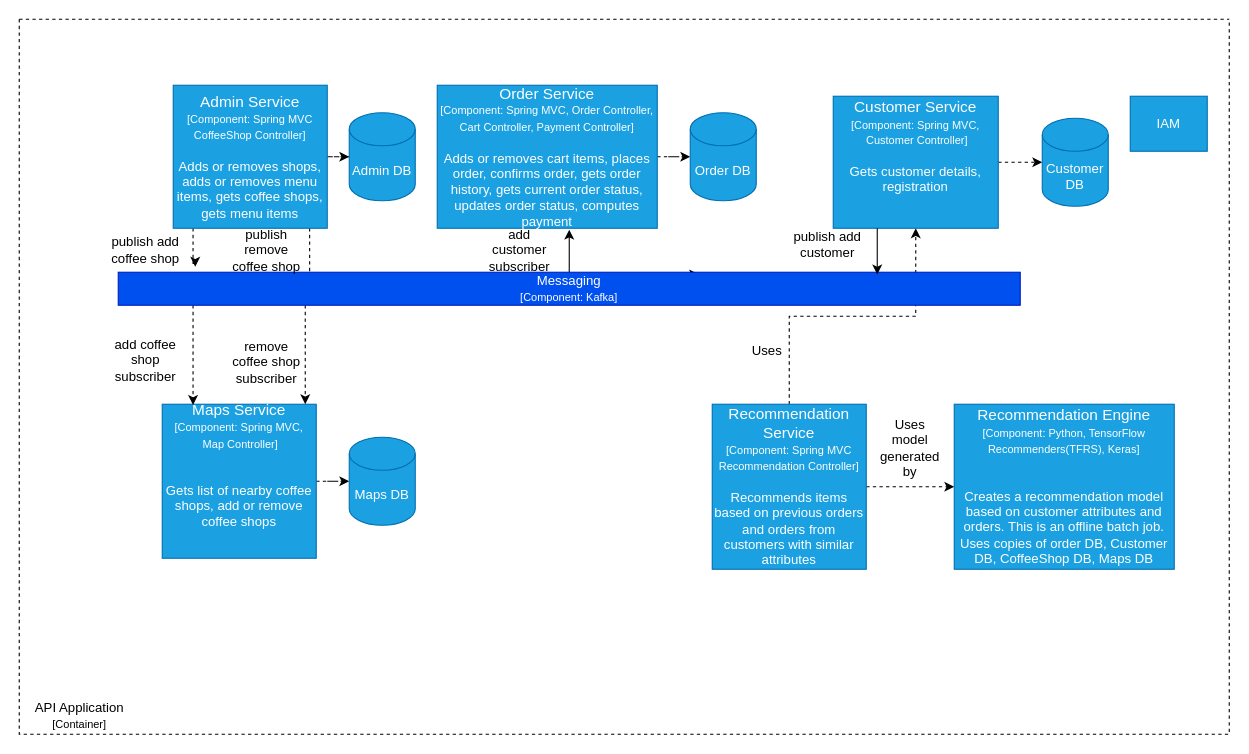
Before: API Application - Component Diagram.drawio in dinesh-i/uber-coffee-shops, a draw.io diagram. Source tidied: cells renumbered, new cells numbered last; positions are measured from the earlier drawing's top-left corner, leaving out a move shared by most shapes. Both pictures are drawn from the tidied source at 110%, with x=0, y=0 at pixel (19, 19).
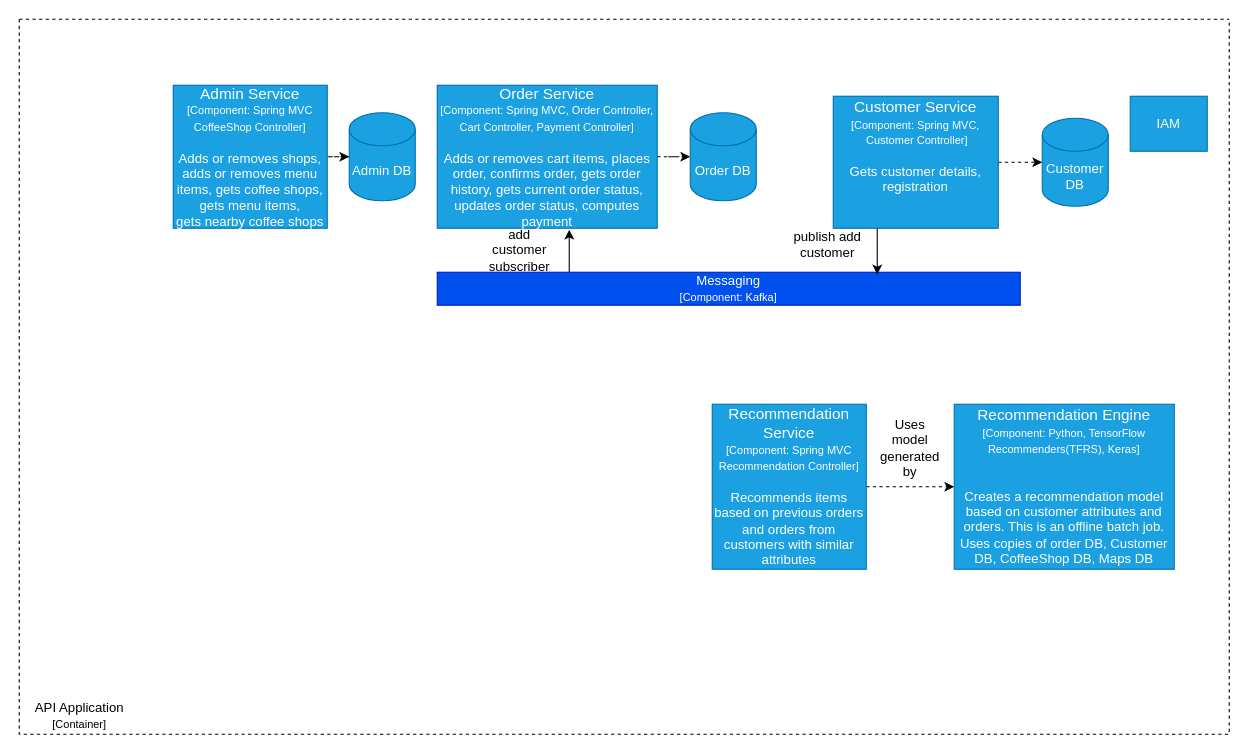
Above is the later version.

Unchanged cells that the change refers to:
```xml
<mxCell id="2" style="swimlane;startSize=0;dashed=1;" parent="1" vertex="1">
  <mxGeometry width="1100" height="650" as="geometry" />
</mxCell>
<mxCell id="9" value="&lt;font&gt;&lt;font style=&quot;font-size: 14px&quot;&gt;Order Service&lt;/font&gt;&lt;br&gt;&lt;/font&gt;&lt;font style=&quot;font-size: 10px&quot;&gt;[Component: Spring MVC, Order Controller, &lt;br&gt;Cart Controller, Payment Controller]&lt;br&gt;&lt;/font&gt;&lt;font style=&quot;font-size: 12px&quot;&gt;&lt;br&gt;Adds or removes cart items, places order, confirms order, gets order history, gets current order status, updates order status, computes payment&lt;/font&gt;" style="rounded=0;whiteSpace=wrap;html=1;fillColor=#1ba1e2;strokeColor=#006EAF;fontColor=#ffffff;" parent="2" vertex="1">
  <mxGeometry x="380" y="60" width="200" height="130" as="geometry" />
</mxCell>
<mxCell id="14" value="&lt;font&gt;&lt;font style=&quot;font-size: 14px&quot;&gt;Recommendation Service&lt;/font&gt;&lt;br&gt;&lt;/font&gt;&lt;font style=&quot;font-size: 10px&quot;&gt;[Component: Spring MVC Recommendation Controller]&lt;br&gt;&lt;/font&gt;&lt;font style=&quot;font-size: 12px&quot;&gt;&lt;br&gt;Recommends items based on previous orders and orders from customers with similar attributes&lt;/font&gt;" style="rounded=0;whiteSpace=wrap;html=1;fillColor=#1ba1e2;strokeColor=#006EAF;fontColor=#ffffff;" parent="2" vertex="1">
  <mxGeometry x="630" y="350" width="140" height="150" as="geometry" />
</mxCell>
<mxCell id="17" value="&lt;font&gt;&lt;font style=&quot;font-size: 14px&quot;&gt;Customer Service&lt;/font&gt;&lt;br&gt;&lt;/font&gt;&lt;font style=&quot;font-size: 10px&quot;&gt;[Component: Spring MVC,&lt;br&gt;&amp;nbsp;Customer Controller]&lt;br&gt;&lt;/font&gt;&lt;font style=&quot;font-size: 12px&quot;&gt;&lt;br&gt;Gets customer details, registration&lt;br&gt;&lt;br&gt;&lt;br&gt;&lt;/font&gt;" style="rounded=0;whiteSpace=wrap;html=1;fillColor=#1ba1e2;strokeColor=#006EAF;fontColor=#ffffff;" parent="2" vertex="1">
  <mxGeometry x="740" y="70" width="150" height="120" as="geometry" />
</mxCell>
```

Diff of the diagram source:
```diff
@@
-    <mxCell id="4" style="edgeStyle=orthogonalEdgeStyle;rounded=0;jettySize=auto;html=1;dashed=1;" parent="2" edge="1" source="7">
-      <mxGeometry relative="1" as="geometry">
-        <mxPoint x="160" y="225" as="targetPoint" />
-        <Array as="points">
-          <mxPoint x="158" y="222" />
-          <mxPoint x="160" y="222" />
-        </Array>
-      </mxGeometry>
-    </mxCell>
-    <mxCell id="5" style="edgeStyle=orthogonalEdgeStyle;rounded=0;jettySize=auto;html=1;entryX=0.644;entryY=0.067;entryDx=0;entryDy=0;entryPerimeter=0;dashed=1;" parent="2" edge="1" source="7" target="23">
-      <mxGeometry relative="1" as="geometry">
-        <Array as="points">
-          <mxPoint x="264" y="200" />
-          <mxPoint x="264" y="200" />
-        </Array>
-      </mxGeometry>
-    </mxCell>
@@
-    <mxCell id="7" value="&lt;font&gt;&lt;font style=&quot;font-size: 14px&quot;&gt;Admin Service&lt;/font&gt;&lt;br&gt;&lt;/font&gt;&lt;font style=&quot;font-size: 10px&quot;&gt;[Component: Spring MVC CoffeeShop Controller]&lt;br&gt;&lt;/font&gt;&lt;font style=&quot;font-size: 12px&quot;&gt;&lt;br&gt;Adds or removes shops, adds or removes menu items, gets coffee shops, gets menu items&lt;/font&gt;" style="rounded=0;whiteSpace=wrap;html=1;fillColor=#1ba1e2;strokeColor=#006EAF;fontColor=#ffffff;" parent="2" vertex="1">
+    <mxCell id="7" value="&lt;font&gt;&lt;font style=&quot;font-size: 14px&quot;&gt;Admin Service&lt;/font&gt;&lt;br&gt;&lt;/font&gt;&lt;font style=&quot;font-size: 10px&quot;&gt;[Component: Spring MVC CoffeeShop Controller]&lt;br&gt;&lt;/font&gt;&lt;font style=&quot;font-size: 12px&quot;&gt;&lt;br&gt;Adds or removes shops, adds or removes menu items, gets coffee shops, gets menu items,&lt;br&gt;gets nearby coffee shops&lt;br&gt;&lt;/font&gt;" style="rounded=0;whiteSpace=wrap;html=1;fillColor=#1ba1e2;strokeColor=#006EAF;fontColor=#ffffff;" parent="2" vertex="1">
       <mxGeometry x="140" y="60" width="140" height="130" as="geometry" />
     </mxCell>
@@
-    <mxCell id="10" style="edgeStyle=orthogonalEdgeStyle;rounded=0;jettySize=auto;html=1;entryX=0;entryY=0.5;entryDx=0;entryDy=0;entryPerimeter=0;dashed=1;" parent="2" edge="1" source="11" target="30">
-      <mxGeometry relative="1" as="geometry" />
-    </mxCell>
-    <mxCell id="11" value="&lt;font&gt;&lt;font style=&quot;font-size: 14px&quot;&gt;Maps Service&lt;/font&gt;&lt;br&gt;&lt;/font&gt;&lt;font style=&quot;font-size: 10px&quot;&gt;[Component: Spring MVC,&lt;br&gt;&amp;nbsp;Map Controller]&lt;br&gt;&lt;/font&gt;&lt;font style=&quot;font-size: 12px&quot;&gt;&lt;br&gt;&lt;br&gt;Gets list of nearby coffee shops, add or remove coffee shops&lt;br&gt;&lt;br&gt;&lt;br&gt;&lt;/font&gt;" style="rounded=0;whiteSpace=wrap;html=1;fillColor=#1ba1e2;strokeColor=#006EAF;fontColor=#ffffff;" parent="2" vertex="1">
-      <mxGeometry x="130" y="350" width="140" height="140" as="geometry" />
-    </mxCell>
@@
-    <mxCell id="13" style="edgeStyle=orthogonalEdgeStyle;rounded=0;jettySize=auto;html=1;dashed=1;" parent="2" edge="1" source="14" target="17">
-      <mxGeometry relative="1" as="geometry" />
-    </mxCell>
@@
-    <mxCell id="18" value="Uses" style="text;html=1;strokeColor=none;fillColor=none;align=center;verticalAlign=middle;whiteSpace=wrap;rounded=0;" parent="2" vertex="1">
-      <mxGeometry x="660" y="292" width="40" height="20" as="geometry" />
-    </mxCell>
@@
-    <mxCell id="20" style="edgeStyle=orthogonalEdgeStyle;rounded=0;jettySize=auto;html=1;dashed=1;" parent="2" edge="1" source="23">
-      <mxGeometry relative="1" as="geometry">
-        <mxPoint x="260" y="350" as="targetPoint" />
-        <Array as="points">
-          <mxPoint x="260" y="280" />
-          <mxPoint x="260" y="280" />
-        </Array>
-      </mxGeometry>
-    </mxCell>
-    <mxCell id="21" style="edgeStyle=orthogonalEdgeStyle;rounded=0;jettySize=auto;html=1;entryX=0.2;entryY=0.005;entryDx=0;entryDy=0;entryPerimeter=0;dashed=1;" parent="2" edge="1" source="23" target="11">
-      <mxGeometry relative="1" as="geometry">
-        <Array as="points">
-          <mxPoint x="158" y="280" />
-          <mxPoint x="158" y="280" />
-        </Array>
-      </mxGeometry>
-    </mxCell>
     <mxCell id="22" style="edgeStyle=orthogonalEdgeStyle;rounded=0;jettySize=auto;html=1;entryX=0.6;entryY=1.01;entryDx=0;entryDy=0;entryPerimeter=0;" parent="2" edge="1" source="23" target="9">
-      <mxGeometry relative="1" as="geometry" />
+      <mxGeometry relative="1" as="geometry">
+        <Array as="points">
+          <mxPoint x="500" y="230" />
+          <mxPoint x="500" y="230" />
+        </Array>
+      </mxGeometry>
     </mxCell>
     <mxCell id="23" value="Messaging&lt;br&gt;&lt;font style=&quot;font-size: 10px&quot;&gt;[Component: Kafka]&lt;/font&gt;" style="rounded=0;whiteSpace=wrap;html=1;fillColor=#0050ef;strokeColor=#001DBC;fontColor=#ffffff;" parent="2" vertex="1">
-      <mxGeometry x="90" y="230" width="820" height="30" as="geometry" />
+      <mxGeometry x="380" y="230" width="530" height="30" as="geometry" />
     </mxCell>
-    <mxCell id="24" value="publish add coffee shop" style="text;html=1;strokeColor=none;fillColor=none;align=center;verticalAlign=middle;whiteSpace=wrap;rounded=0;" parent="2" vertex="1">
-      <mxGeometry x="80" y="200" width="70" height="20" as="geometry" />
-    </mxCell>
-    <mxCell id="25" value="publish remove coffee shop" style="text;html=1;strokeColor=none;fillColor=none;align=center;verticalAlign=middle;whiteSpace=wrap;rounded=0;" parent="2" vertex="1">
-      <mxGeometry x="190" y="200" width="70" height="20" as="geometry" />
-    </mxCell>
@@
-    <mxCell id="29" value="add coffee shop subscriber" style="text;html=1;strokeColor=none;fillColor=none;align=center;verticalAlign=middle;whiteSpace=wrap;rounded=0;" parent="2" vertex="1">
-      <mxGeometry x="80" y="300" width="70" height="20" as="geometry" />
-    </mxCell>
-    <mxCell id="30" value="Maps DB" style="shape=cylinder3;whiteSpace=wrap;html=1;boundedLbl=1;backgroundOutline=1;size=15;fillColor=#1ba1e2;strokeColor=#006EAF;fontColor=#ffffff;" parent="2" vertex="1">
-      <mxGeometry x="300" y="380" width="60" height="80" as="geometry" />
-    </mxCell>
@@
-    <mxCell id="34" value="remove coffee shop subscriber" style="text;html=1;strokeColor=none;fillColor=none;align=center;verticalAlign=middle;whiteSpace=wrap;rounded=0;" parent="1" vertex="1">
-      <mxGeometry x="190" y="302" width="70" height="20" as="geometry" />
-    </mxCell>
```
